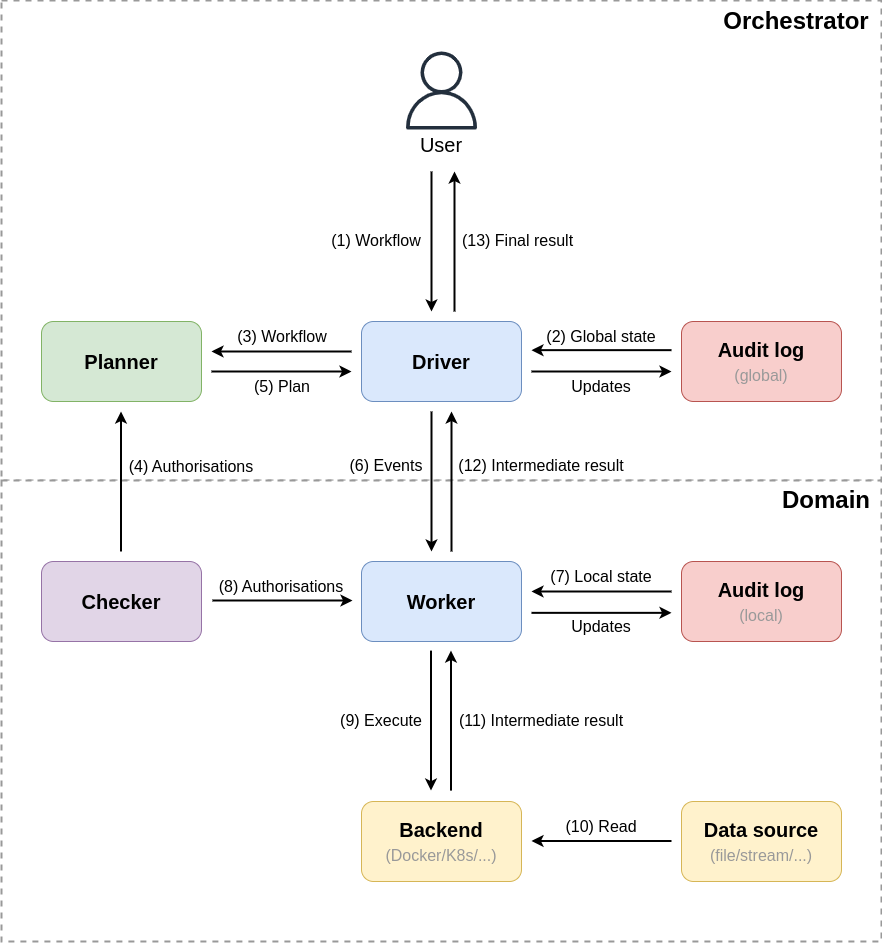
Above: specification/src/assets/diagrams/Components.png in epi-project/brane-documentation (draw.io), before the change. Source tidied: cells renumbered, new cells last; positions are measured from the earlier drawing's top-left corner, leaving out a move shared by most shapes.
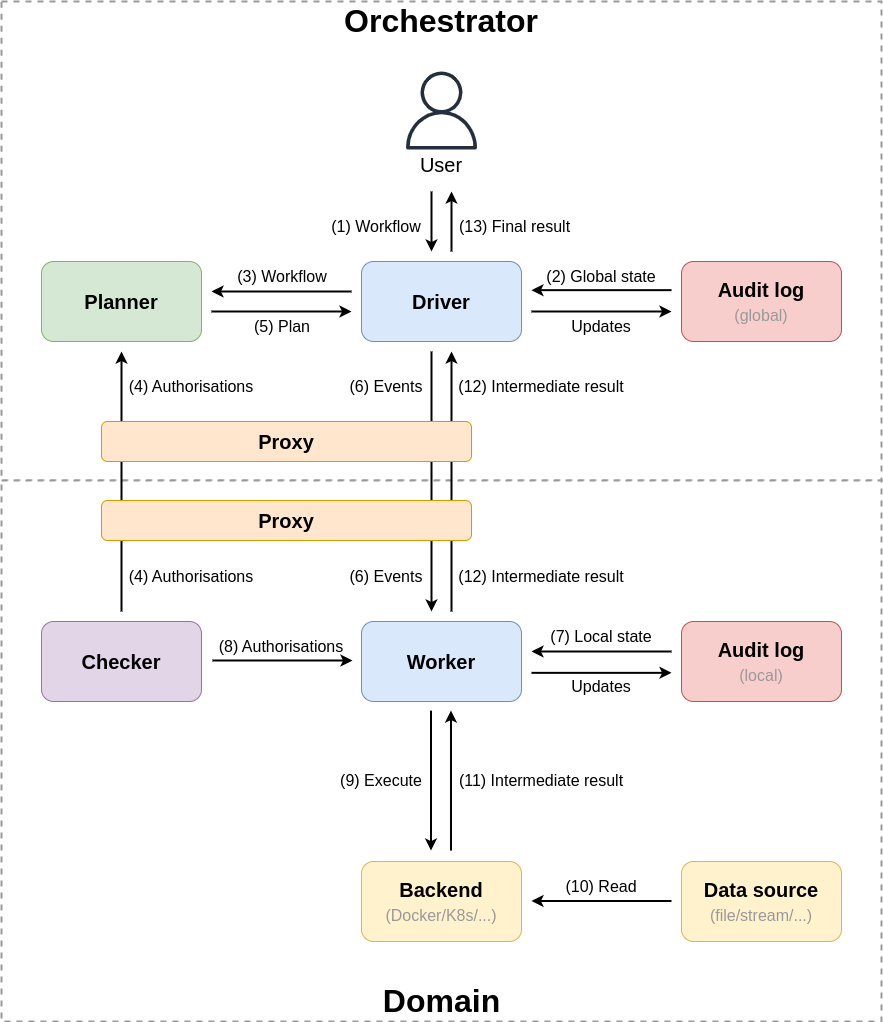
The same diagram one commit later.

Change to the diagram source:
```diff
@@ -3,54 +3,54 @@
     <mxCell id="0" />
     <mxCell id="1" parent="0" />
     <mxCell id="2" style="rounded=0;whiteSpace=wrap;html=1;fillColor=default;dashed=1;strokeWidth=2;strokeColor=#999999;" parent="1" vertex="1">
-      <mxGeometry y="0.1" width="880" height="480" as="geometry" />
+      <mxGeometry y="-59" width="880" height="479.1" as="geometry" />
     </mxCell>
     <mxCell id="3" style="rounded=0;whiteSpace=wrap;html=1;fillColor=default;dashed=1;strokeWidth=2;strokeColor=#999999;" parent="1" vertex="1">
-      <mxGeometry y="480.1" width="880" height="460.9" as="geometry" />
+      <mxGeometry y="420.1" width="880" height="540.9" as="geometry" />
     </mxCell>
     <mxCell id="4" value="Driver" style="rounded=1;whiteSpace=wrap;html=1;fillColor=#dae8fc;strokeColor=#6c8ebf;fontSize=20;fontStyle=1;" parent="1" vertex="1">
-      <mxGeometry x="360" y="321" width="160" height="80" as="geometry" />
+      <mxGeometry x="360" y="201" width="160" height="80" as="geometry" />
     </mxCell>
     <mxCell id="5" value="Planner" style="rounded=1;whiteSpace=wrap;html=1;fillColor=#d5e8d4;strokeColor=#82b366;fontSize=20;fontStyle=1;" parent="1" vertex="1">
-      <mxGeometry x="40" y="321" width="160" height="80" as="geometry" />
+      <mxGeometry x="40" y="201" width="160" height="80" as="geometry" />
     </mxCell>
     <mxCell id="6" value="Audit log&lt;br&gt;&lt;span style=&quot;font-weight: normal;&quot;&gt;&lt;font color=&quot;#999999&quot; style=&quot;font-size: 16px;&quot;&gt;(global)&lt;/font&gt;&lt;/span&gt;" style="rounded=1;whiteSpace=wrap;html=1;fillColor=#f8cecc;strokeColor=#b85450;fontSize=20;fontStyle=1;" parent="1" vertex="1">
-      <mxGeometry x="680" y="321" width="160" height="80" as="geometry" />
+      <mxGeometry x="680" y="201" width="160" height="80" as="geometry" />
     </mxCell>
     <mxCell id="7" style="sketch=0;fontColor=#232F3E;gradientColor=none;fillColor=#232F3D;strokeColor=none;dashed=0;verticalLabelPosition=bottom;verticalAlign=top;align=center;html=1;fontSize=12;fontStyle=0;shape=mxgraph.aws4.user;" parent="1" vertex="1">
-      <mxGeometry x="401" y="51" width="78" height="78" as="geometry" />
+      <mxGeometry x="401" y="11" width="78" height="78" as="geometry" />
     </mxCell>
     <mxCell id="8" value="User" style="text;html=1;strokeColor=none;fillColor=none;align=center;verticalAlign=middle;whiteSpace=wrap;rounded=0;fontSize=20;" parent="1" vertex="1">
-      <mxGeometry x="410" y="129" width="60" height="30" as="geometry" />
+      <mxGeometry x="410" y="89" width="60" height="30" as="geometry" />
     </mxCell>
     <mxCell id="9" style="endArrow=classic;html=1;rounded=0;strokeWidth=2;startArrow=none;startFill=0;" parent="1" edge="1">
       <mxGeometry relative="1" as="geometry">
-        <mxPoint x="430" y="171" as="sourcePoint" />
-        <mxPoint x="430" y="311" as="targetPoint" />
+        <mxPoint x="430" y="131" as="sourcePoint" />
+        <mxPoint x="430" y="191" as="targetPoint" />
       </mxGeometry>
     </mxCell>
     <mxCell id="10" style="endArrow=none;html=1;rounded=0;strokeWidth=2;endFill=0;startArrow=classic;startFill=1;" parent="1" edge="1">
       <mxGeometry relative="1" as="geometry">
-        <mxPoint x="530" y="349.6" as="sourcePoint" />
-        <mxPoint x="670" y="349.6" as="targetPoint" />
+        <mxPoint x="530" y="229.6" as="sourcePoint" />
+        <mxPoint x="670" y="229.6" as="targetPoint" />
       </mxGeometry>
     </mxCell>
     <mxCell id="11" style="endArrow=classic;html=1;rounded=0;strokeWidth=2;startArrow=none;startFill=0;" parent="1" edge="1">
       <mxGeometry relative="1" as="geometry">
-        <mxPoint x="350" y="351" as="sourcePoint" />
-        <mxPoint x="210" y="351" as="targetPoint" />
+        <mxPoint x="350" y="231" as="sourcePoint" />
+        <mxPoint x="210" y="231" as="targetPoint" />
       </mxGeometry>
     </mxCell>
     <mxCell id="12" style="endArrow=none;html=1;rounded=0;strokeWidth=2;startArrow=classic;startFill=1;endFill=0;" parent="1" edge="1">
       <mxGeometry relative="1" as="geometry">
-        <mxPoint x="453" y="171" as="sourcePoint" />
-        <mxPoint x="453" y="311" as="targetPoint" />
+        <mxPoint x="450" y="131" as="sourcePoint" />
+        <mxPoint x="450" y="191" as="targetPoint" />
       </mxGeometry>
     </mxCell>
     <mxCell id="13" style="endArrow=none;html=1;rounded=0;strokeWidth=2;startArrow=classic;startFill=1;endFill=0;" parent="1" edge="1">
       <mxGeometry relative="1" as="geometry">
-        <mxPoint x="350" y="371" as="sourcePoint" />
-        <mxPoint x="210" y="371" as="targetPoint" />
+        <mxPoint x="350" y="251" as="sourcePoint" />
+        <mxPoint x="210" y="251" as="targetPoint" />
       </mxGeometry>
     </mxCell>
     <mxCell id="14" value="Worker" style="rounded=1;whiteSpace=wrap;html=1;fillColor=#dae8fc;strokeColor=#6c8ebf;fontSize=20;fontStyle=1;" parent="1" vertex="1">
@@ -67,13 +67,13 @@
     </mxCell>
     <mxCell id="18" style="endArrow=classic;html=1;rounded=0;strokeWidth=2;startArrow=none;startFill=0;" parent="1" edge="1">
       <mxGeometry relative="1" as="geometry">
-        <mxPoint x="430" y="411" as="sourcePoint" />
+        <mxPoint x="430" y="291" as="sourcePoint" />
         <mxPoint x="430" y="551" as="targetPoint" />
       </mxGeometry>
     </mxCell>
     <mxCell id="19" style="endArrow=none;html=1;rounded=0;strokeWidth=2;startArrow=classic;startFill=1;endFill=0;" parent="1" edge="1">
       <mxGeometry relative="1" as="geometry">
-        <mxPoint x="450" y="411" as="sourcePoint" />
+        <mxPoint x="450" y="291" as="sourcePoint" />
         <mxPoint x="450" y="551" as="targetPoint" />
       </mxGeometry>
     </mxCell>
@@ -97,14 +97,14 @@
     </mxCell>
     <mxCell id="23" style="endArrow=none;html=1;rounded=0;strokeWidth=2;startArrow=classic;startFill=1;endFill=0;" parent="1" edge="1">
       <mxGeometry relative="1" as="geometry">
-        <mxPoint x="119.5" y="411" as="sourcePoint" />
-        <mxPoint x="119.5" y="551" as="targetPoint" />
+        <mxPoint x="120" y="291" as="sourcePoint" />
+        <mxPoint x="120" y="551" as="targetPoint" />
       </mxGeometry>
     </mxCell>
     <mxCell id="24" style="endArrow=none;html=1;rounded=0;strokeWidth=2;startArrow=classic;startFill=1;endFill=0;" parent="1" edge="1">
       <mxGeometry relative="1" as="geometry">
-        <mxPoint x="670" y="371" as="sourcePoint" />
-        <mxPoint x="530" y="371" as="targetPoint" />
+        <mxPoint x="670" y="251" as="sourcePoint" />
+        <mxPoint x="530" y="251" as="targetPoint" />
       </mxGeometry>
     </mxCell>
     <mxCell id="25" style="endArrow=none;html=1;rounded=0;strokeWidth=2;endFill=0;startArrow=classic;startFill=1;" parent="1" edge="1">
@@ -128,29 +128,26 @@
         <mxPoint x="670" y="840.5" as="targetPoint" />
       </mxGeometry>
     </mxCell>
-    <mxCell id="29" value="Orchestrator" style="text;html=1;strokeColor=none;fillColor=none;align=center;verticalAlign=middle;whiteSpace=wrap;rounded=0;fontSize=24;fontStyle=1;" parent="1" vertex="1">
-      <mxGeometry x="710" y="0.1" width="170" height="40.9" as="geometry" />
-    </mxCell>
     <mxCell id="30" value="(1) Workflow" style="text;html=1;strokeColor=none;fillColor=none;align=center;verticalAlign=middle;whiteSpace=wrap;rounded=0;fontSize=16;" parent="1" vertex="1">
-      <mxGeometry x="320" y="225.1" width="110" height="30" as="geometry" />
+      <mxGeometry x="320" y="151" width="110" height="30" as="geometry" />
     </mxCell>
     <mxCell id="31" value="(3) Workflow" style="text;html=1;strokeColor=none;fillColor=none;align=center;verticalAlign=middle;whiteSpace=wrap;rounded=0;fontSize=16;" parent="1" vertex="1">
-      <mxGeometry x="216" y="321" width="130" height="30" as="geometry" />
+      <mxGeometry x="216" y="201" width="130" height="30" as="geometry" />
     </mxCell>
     <mxCell id="32" value="(5) Plan" style="text;html=1;strokeColor=none;fillColor=none;align=center;verticalAlign=middle;whiteSpace=wrap;rounded=0;fontSize=16;" parent="1" vertex="1">
-      <mxGeometry x="215.5" y="371" width="130" height="30" as="geometry" />
+      <mxGeometry x="215.5" y="251" width="130" height="30" as="geometry" />
     </mxCell>
     <mxCell id="33" value="(2) Global state" style="text;html=1;strokeColor=none;fillColor=none;align=center;verticalAlign=middle;whiteSpace=wrap;rounded=0;fontSize=16;" parent="1" vertex="1">
-      <mxGeometry x="530" y="321" width="140" height="30" as="geometry" />
+      <mxGeometry x="530" y="201" width="140" height="30" as="geometry" />
     </mxCell>
     <mxCell id="34" value="Updates" style="text;html=1;strokeColor=none;fillColor=none;align=center;verticalAlign=middle;whiteSpace=wrap;rounded=0;fontSize=16;" parent="1" vertex="1">
-      <mxGeometry x="530" y="371" width="140" height="30" as="geometry" />
+      <mxGeometry x="530" y="251" width="140" height="30" as="geometry" />
     </mxCell>
     <mxCell id="35" value="(4) Authorisations" style="text;html=1;strokeColor=none;fillColor=none;align=center;verticalAlign=middle;whiteSpace=wrap;rounded=0;fontSize=16;" parent="1" vertex="1">
-      <mxGeometry x="120" y="451" width="140" height="30" as="geometry" />
+      <mxGeometry x="120" y="501" width="140" height="30" as="geometry" />
     </mxCell>
     <mxCell id="36" value="(6) Events" style="text;html=1;strokeColor=none;fillColor=none;align=center;verticalAlign=middle;whiteSpace=wrap;rounded=0;fontSize=16;" parent="1" vertex="1">
-      <mxGeometry x="340" y="450.1" width="90" height="30" as="geometry" />
+      <mxGeometry x="340" y="501" width="90" height="30" as="geometry" />
     </mxCell>
     <mxCell id="37" value="(9) Execute" style="text;html=1;strokeColor=none;fillColor=none;align=center;verticalAlign=middle;whiteSpace=wrap;rounded=0;fontSize=16;" parent="1" vertex="1">
       <mxGeometry x="330" y="705.1" width="100" height="30" as="geometry" />
@@ -171,13 +168,31 @@
       <mxGeometry x="450" y="705.1" width="180" height="30" as="geometry" />
     </mxCell>
     <mxCell id="43" value="(12) Intermediate result" style="text;html=1;strokeColor=none;fillColor=none;align=center;verticalAlign=middle;whiteSpace=wrap;rounded=0;fontSize=16;" parent="1" vertex="1">
-      <mxGeometry x="450" y="450" width="180" height="30" as="geometry" />
+      <mxGeometry x="450" y="501" width="180" height="30" as="geometry" />
     </mxCell>
     <mxCell id="44" value="(13) Final result" style="text;html=1;strokeColor=none;fillColor=none;align=center;verticalAlign=middle;whiteSpace=wrap;rounded=0;fontSize=16;" parent="1" vertex="1">
-      <mxGeometry x="453" y="225.1" width="127" height="30" as="geometry" />
+      <mxGeometry x="450" y="151" width="127" height="30" as="geometry" />
     </mxCell>
-    <mxCell id="45" value="Domain" style="text;html=1;strokeColor=none;fillColor=none;align=center;verticalAlign=middle;whiteSpace=wrap;rounded=0;fontSize=24;fontStyle=1;" parent="1" vertex="1">
-      <mxGeometry x="770" y="480" width="110" height="40.9" as="geometry" />
+    <mxCell id="45" value="Domain" style="text;html=1;strokeColor=none;fillColor=none;align=center;verticalAlign=middle;whiteSpace=wrap;rounded=0;fontSize=32;fontStyle=1;" parent="1" vertex="1">
+      <mxGeometry x="372.5" y="920.1" width="135" height="40.9" as="geometry" />
     </mxCell>
+    <mxCell id="29" value="Orchestrator" style="text;html=1;strokeColor=none;fillColor=none;align=center;verticalAlign=middle;whiteSpace=wrap;rounded=0;fontSize=32;fontStyle=1;" parent="1" vertex="1">
+      <mxGeometry x="355" y="-59" width="170" height="40.9" as="geometry" />
+    </mxCell>
+    <mxCell id="46" value="Proxy" style="rounded=1;whiteSpace=wrap;html=1;fillColor=#ffe6cc;strokeColor=#d79b00;fontSize=20;fontStyle=1;" parent="1" vertex="1">
+      <mxGeometry x="100" y="440" width="370" height="40" as="geometry" />
+    </mxCell>
+    <mxCell id="47" value="Proxy" style="rounded=1;whiteSpace=wrap;html=1;fillColor=#ffe6cc;strokeColor=#d79b00;fontSize=20;fontStyle=1;" parent="1" vertex="1">
+      <mxGeometry x="100" y="361" width="370" height="40" as="geometry" />
+    </mxCell>
+    <mxCell id="48" value="(4) Authorisations" style="text;html=1;strokeColor=none;fillColor=none;align=center;verticalAlign=middle;whiteSpace=wrap;rounded=0;fontSize=16;" parent="1" vertex="1">
+      <mxGeometry x="120" y="311" width="140" height="30" as="geometry" />
+    </mxCell>
+    <mxCell id="49" value="(6) Events" style="text;html=1;strokeColor=none;fillColor=none;align=center;verticalAlign=middle;whiteSpace=wrap;rounded=0;fontSize=16;" parent="1" vertex="1">
+      <mxGeometry x="340" y="311" width="90" height="30" as="geometry" />
+    </mxCell>
+    <mxCell id="50" value="(12) Intermediate result" style="text;html=1;strokeColor=none;fillColor=none;align=center;verticalAlign=middle;whiteSpace=wrap;rounded=0;fontSize=16;" parent="1" vertex="1">
+      <mxGeometry x="450" y="311" width="180" height="30" as="geometry" />
+    </mxCell>
   </root>
 </mxGraphModel>
```
